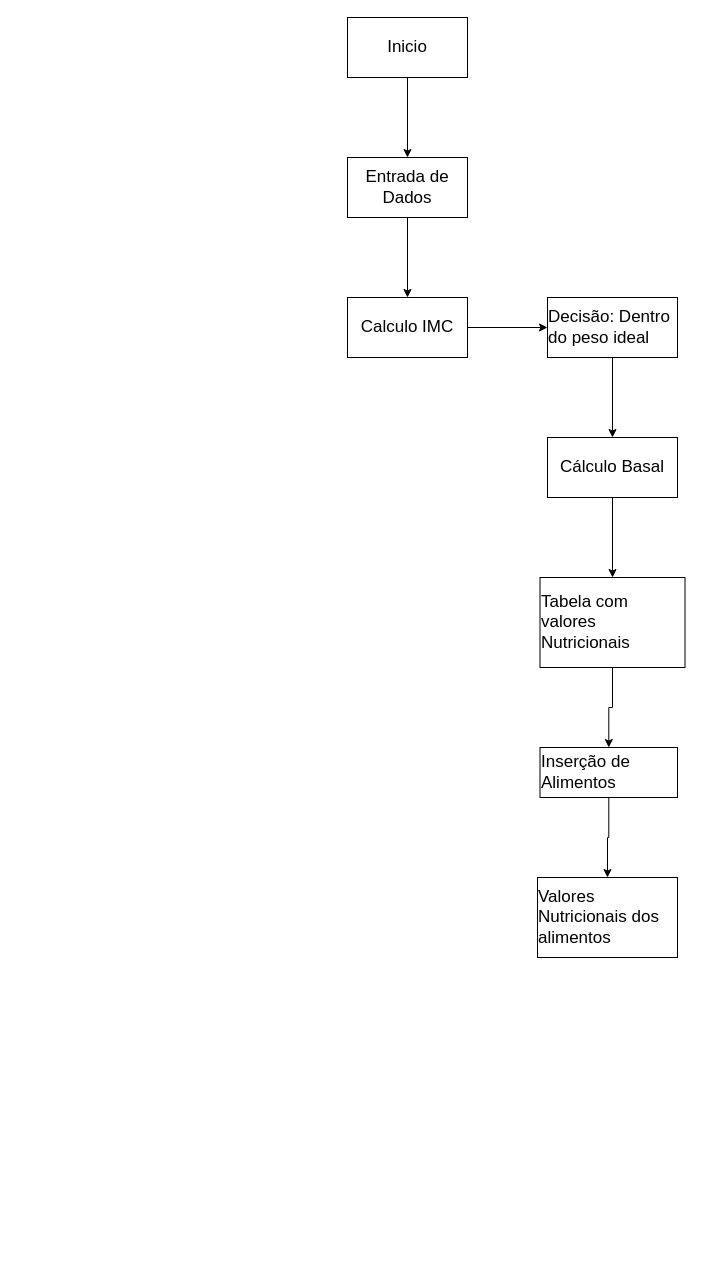
The draw.io diagram src/components/pages/Diagrama sem nome.drawio in joaopedro-wq/VitalityPLus, before the edit. Source tidied: cells renumbered, new cells numbered last; positions are measured from the earlier drawing's top-left corner, leaving out a move shared by most shapes. Both pictures are drawn from the tidied source at 100%, with x=0, y=0 at pixel (347, 17).
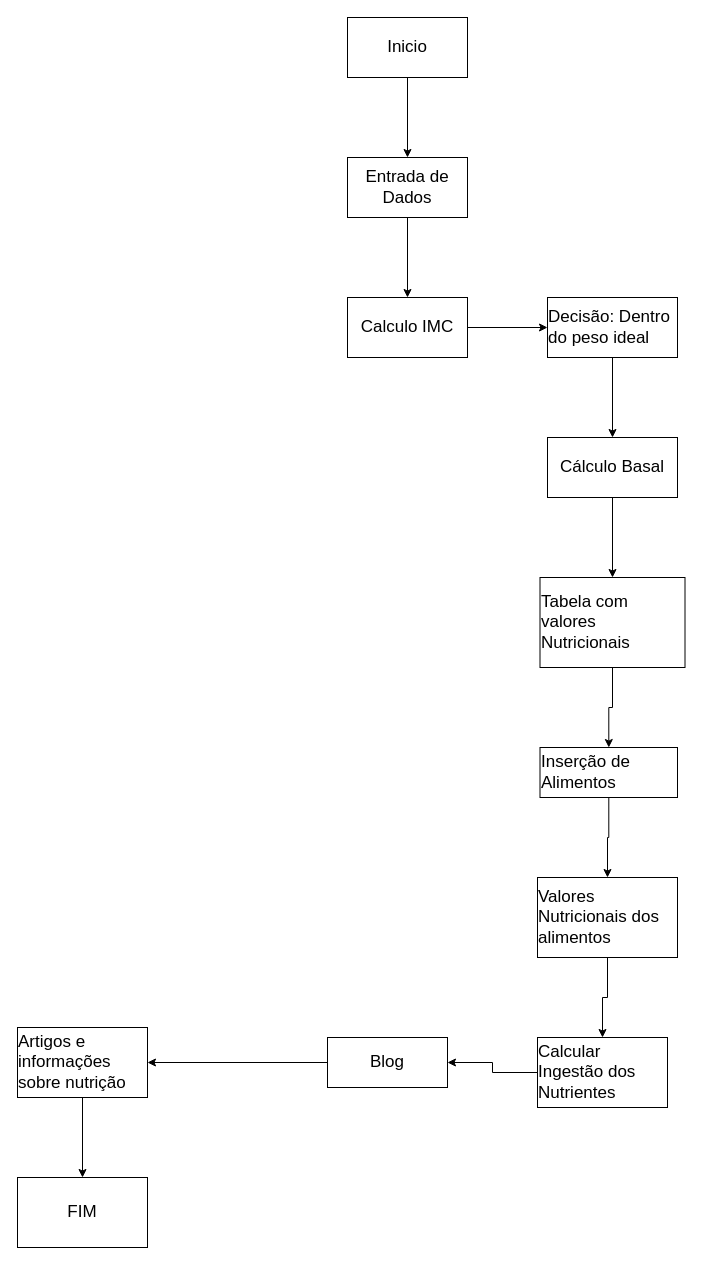
Above is the later version.

The change refers to these unchanged cells:
```xml
<mxCell id="16" value="&lt;div style=&quot;text-align: left;&quot;&gt;&lt;font style=&quot;font-size: 17px;&quot;&gt;Valores Nutricionais dos alimentos&lt;/font&gt;&lt;br&gt;&lt;/div&gt;" style="rounded=0;whiteSpace=wrap;html=1;" parent="1" vertex="1">
  <mxGeometry x="190" y="860" width="140" height="80" as="geometry" />
</mxCell>
```

What changed in the source:
```diff
@@
+    <mxCell id="17" style="edgeStyle=orthogonalEdgeStyle;rounded=0;jettySize=auto;html=1;" parent="1" edge="1" source="16" target="19">
+      <mxGeometry relative="1" as="geometry" />
+    </mxCell>
@@
+    <mxCell id="18" style="edgeStyle=orthogonalEdgeStyle;rounded=0;jettySize=auto;html=1;" parent="1" edge="1" source="19" target="21">
+      <mxGeometry relative="1" as="geometry" />
+    </mxCell>
+    <mxCell id="19" value="&lt;div style=&quot;text-align: left;&quot;&gt;&lt;span style=&quot;font-size: 17px;&quot;&gt;Calcular Ingestão dos Nutrientes&lt;/span&gt;&lt;/div&gt;" style="rounded=0;whiteSpace=wrap;html=1;" parent="1" vertex="1">
+      <mxGeometry x="190" y="1020" width="130" height="70" as="geometry" />
+    </mxCell>
+    <mxCell id="20" style="edgeStyle=orthogonalEdgeStyle;rounded=0;jettySize=auto;html=1;" parent="1" edge="1" source="21" target="23">
+      <mxGeometry relative="1" as="geometry" />
+    </mxCell>
+    <mxCell id="21" value="&lt;div style=&quot;text-align: left;&quot;&gt;&lt;span style=&quot;font-size: 17px;&quot;&gt;Blog&lt;/span&gt;&lt;/div&gt;" style="rounded=0;whiteSpace=wrap;html=1;" parent="1" vertex="1">
+      <mxGeometry x="-20" y="1020" width="120" height="50" as="geometry" />
+    </mxCell>
+    <mxCell id="22" style="edgeStyle=orthogonalEdgeStyle;rounded=0;jettySize=auto;html=1;" parent="1" edge="1" source="23" target="24">
+      <mxGeometry relative="1" as="geometry" />
+    </mxCell>
+    <mxCell id="23" value="&lt;div style=&quot;text-align: left;&quot;&gt;&lt;span style=&quot;font-size: 17px;&quot;&gt;Artigos e informações sobre nutrição&lt;/span&gt;&lt;/div&gt;" style="rounded=0;whiteSpace=wrap;html=1;" parent="1" vertex="1">
+      <mxGeometry x="-330" y="1010" width="130" height="70" as="geometry" />
+    </mxCell>
+    <mxCell id="24" value="&lt;div style=&quot;text-align: left;&quot;&gt;&lt;span style=&quot;font-size: 17px;&quot;&gt;FIM&lt;/span&gt;&lt;/div&gt;" style="rounded=0;whiteSpace=wrap;html=1;" parent="1" vertex="1">
+      <mxGeometry x="-330" y="1160" width="130" height="70" as="geometry" />
+    </mxCell>
```
